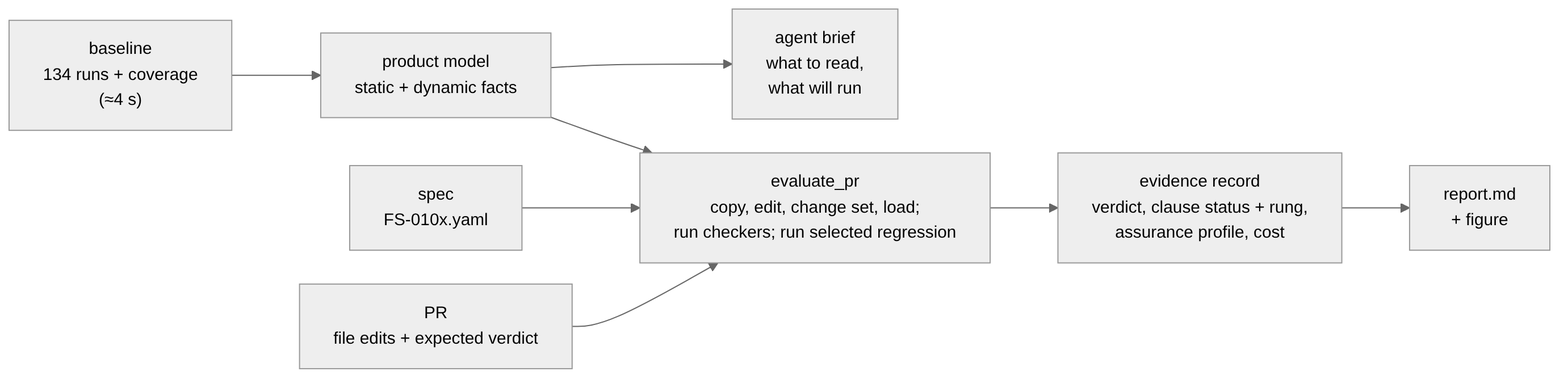
Before: trace-eval/docs/figures/guide_4_pipeline.png, a diagram exported from Mermaid (unibuc-cs/TestingTheAgents). Its source is kept beside it as trace-eval/docs/diagrams/guide_4_pipeline.mmd.
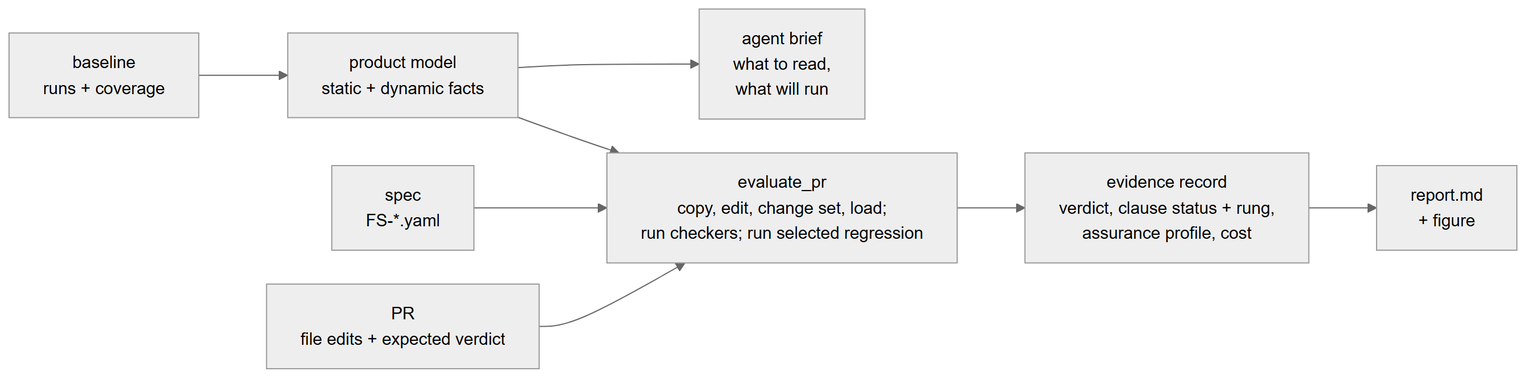
The same file after the commit.

What changed in the source:
```diff
@@ -1,8 +1,8 @@
 %%{init: {"theme": "neutral", "flowchart": {"wrappingWidth": 340, "nodeSpacing": 30, "rankSpacing": 60, "curve": "basis"}, "themeVariables": {"fontSize": "15px"}}}%%
 flowchart LR
-    B["baseline<br/>134 runs + coverage<br/>(≈4 s)"] --> PM["product model<br/>static + dynamic facts"]
+    B["baseline<br/>runs + coverage"] --> PM["product model<br/>static + dynamic facts"]
     PM --> BR["agent brief<br/>what to read,<br/>what will run"]
     PM --> EV
-    SP["spec<br/>FS-010x.yaml"] --> EV
+    SP["spec<br/>FS-*.yaml"] --> EV
     PR["PR<br/>file edits + expected verdict"] --> EV
     EV["evaluate_pr<br/>copy, edit, change set, load;<br/>run checkers; run selected regression"] --> REC["evidence record<br/>verdict, clause status + rung,<br/>assurance profile, cost"] --> REP["report.md<br/>+ figure"]
```
